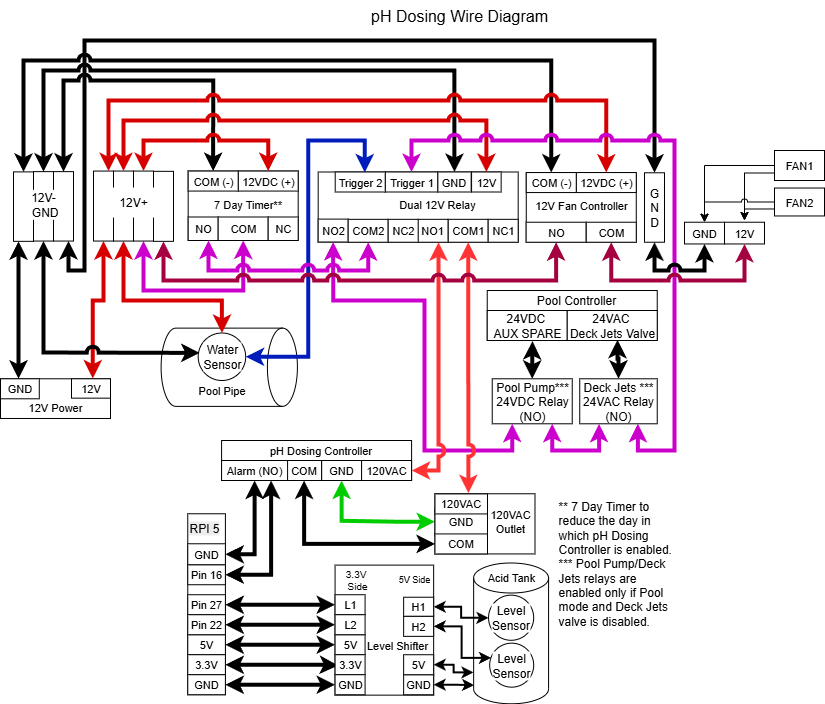
Above: misc/ph-dosing-wire-diagram.drawio.png in locnho/chem-feeder-mqtt (draw.io), before the change. Source tidied: cells renumbered, new cells last; positions are measured from the earlier drawing's top-left corner, leaving out a move shared by most shapes.
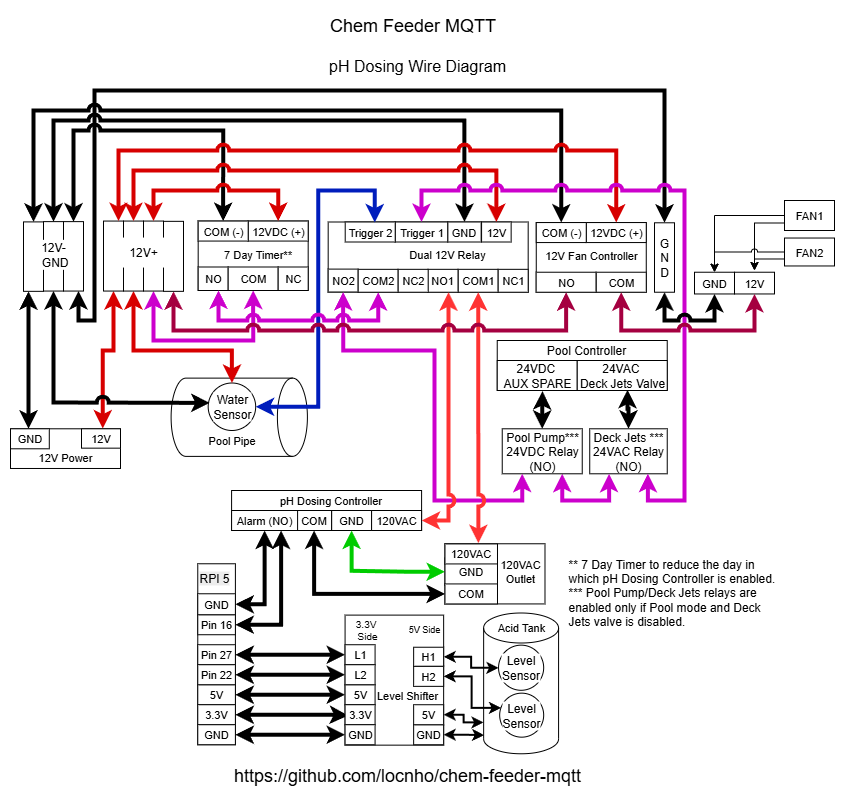
Later version of the same file.

Commit message:
Minor update to wire diagram

What changed in the source:
```diff
@@ -235,10 +235,10 @@
       <mxGeometry x="187.7" y="216.5" width="30" height="23.5" as="geometry" />
     </mxCell>
     <mxCell id="71" value="&lt;div&gt;** 7 Day Timer to reduce the day in which pH Dosing Controller is enabled.&lt;/div&gt;&lt;div&gt;*** Pool Pump/Deck Jets relays are enabled only if Pool mode and Deck Jets valve is disabled.&lt;/div&gt;" style="text;html=1;align=left;verticalAlign=middle;whiteSpace=wrap;rounded=0;fontFamily=Helvetica;fontSize=12;fontColor=default;labelBackgroundColor=default;" parent="1" vertex="1">
-      <mxGeometry x="556.3" y="493.3" width="123.4" height="140" as="geometry" />
+      <mxGeometry x="556.3" y="493.3" width="210.7" height="96.7" as="geometry" />
     </mxCell>
     <mxCell id="72" value="pH Dosing Wire Diagram" style="text;html=1;align=center;verticalAlign=middle;whiteSpace=wrap;rounded=0;fontFamily=Helvetica;fontSize=16;fontColor=default;labelBackgroundColor=default;" parent="1" vertex="1">
-      <mxGeometry x="339.4" width="240" height="30" as="geometry" />
+      <mxGeometry x="287.1" width="240" height="30" as="geometry" />
     </mxCell>
     <mxCell id="73" style="edgeStyle=orthogonalEdgeStyle;shape=connector;rounded=0;jettySize=auto;html=1;entryX=0.5;entryY=1;entryDx=0;entryDy=0;strokeColor=default;strokeWidth=4;align=center;verticalAlign=middle;fontFamily=Helvetica;fontSize=11;fontColor=default;labelBackgroundColor=default;endArrow=classic;exitX=1;exitY=0.5;exitDx=0;exitDy=0;startArrow=classic;startFill=1;" parent="1" edge="1" source="74" target="31">
       <mxGeometry relative="1" as="geometry" />
@@ -534,5 +534,11 @@
         </Array>
       </mxGeometry>
     </mxCell>
+    <mxCell id="135" value="&lt;div&gt;&lt;div&gt;https://github.com/locnho/chem-feeder-mqtt&lt;/div&gt;&lt;/div&gt;" style="text;html=1;align=center;verticalAlign=middle;whiteSpace=wrap;rounded=0;fontSize=18;" parent="1" vertex="1">
+      <mxGeometry x="173" y="710" width="447.8" height="30" as="geometry" />
+    </mxCell>
+    <mxCell id="136" value="&lt;font style=&quot;font-size: 18px;&quot;&gt;Chem Feeder MQTT&lt;/font&gt;" style="text;html=1;align=center;verticalAlign=middle;whiteSpace=wrap;rounded=0;" parent="1" vertex="1">
+      <mxGeometry x="244.2" y="-40" width="317" height="30" as="geometry" />
+    </mxCell>
   </root>
 </mxGraphModel>
```
